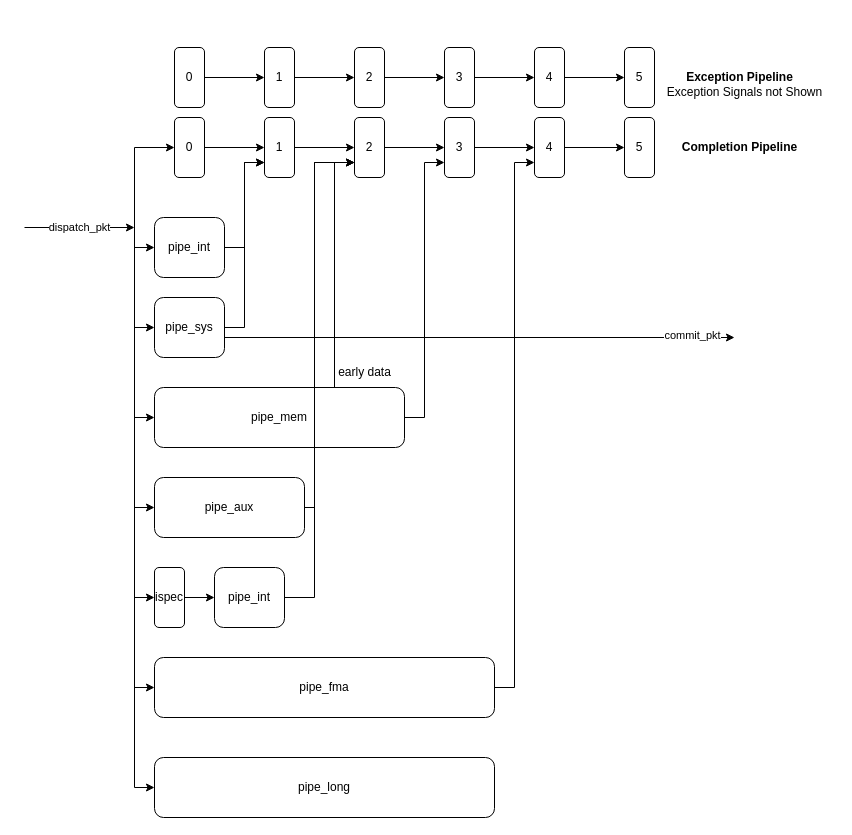
JefferyLim/ec513_final_project keeps this draw.io diagram as page "Back End - Calculator" (4 of 6) of diagrams/black_parrot.drawio. Above is the earlier version. Source tidied: cells renumbered, new cells numbered last; positions are measured from the earlier drawing's top-left corner, leaving out a move shared by most shapes. Both pictures are drawn from the tidied source at 100%, with x=0, y=0 at pixel (24, 47).
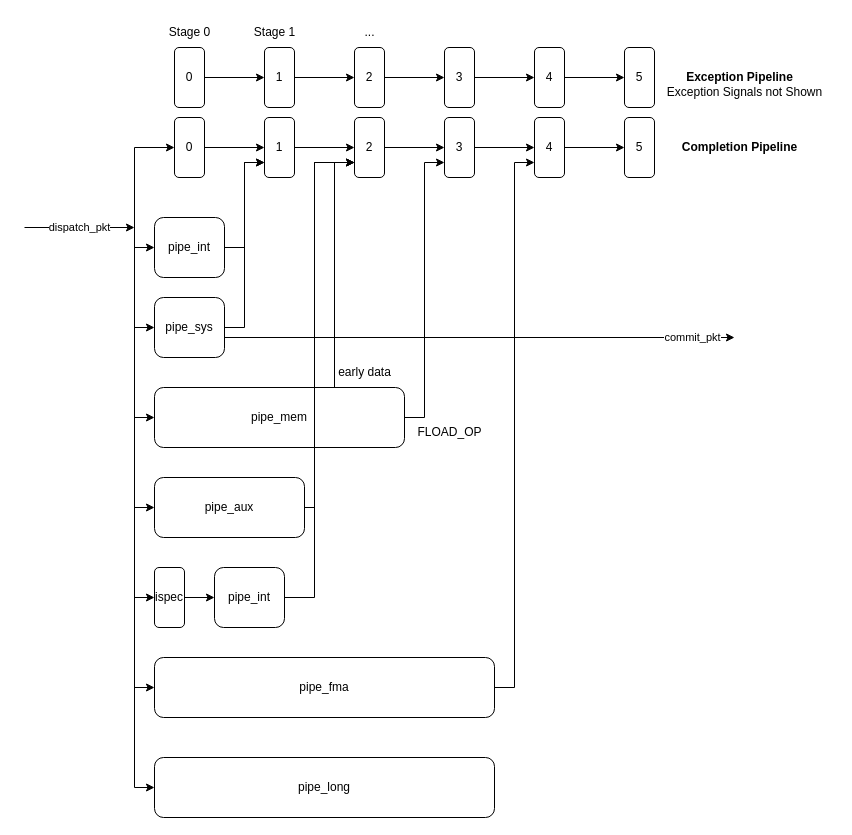
Above is the later version.

The change refers to these unchanged cells:
```xml
<mxCell id="53" style="endArrow=classic;html=1;rounded=0;" parent="1" edge="1">
  <mxGeometry relative="1" as="geometry">
    <mxPoint x="200" y="290" as="sourcePoint" />
    <mxPoint x="710" y="290" as="targetPoint" />
  </mxGeometry>
</mxCell>
```

Diff of the diagram source:
```diff
@@
     <mxCell id="54" value="commit_pkt" style="edgeLabel;html=1;align=center;verticalAlign=middle;" parent="53" vertex="1">
-      <mxGeometry x="0.83" y="3" relative="1" as="geometry" />
+      <mxGeometry x="0.83" y="3" relative="1" as="geometry">
+        <mxPoint y="2" as="offset" />
+      </mxGeometry>
     </mxCell>
+    <mxCell id="55" value="Stage 0" style="text;html=1;align=center;verticalAlign=middle;strokeColor=none;fillColor=none;" parent="1" vertex="1">
+      <mxGeometry x="135" y="-30" width="60" height="30" as="geometry" />
+    </mxCell>
+    <mxCell id="56" value="Stage 1" style="text;html=1;align=center;verticalAlign=middle;strokeColor=none;fillColor=none;" parent="1" vertex="1">
+      <mxGeometry x="220" y="-30" width="60" height="30" as="geometry" />
+    </mxCell>
+    <mxCell id="57" value="..." style="text;html=1;align=center;verticalAlign=middle;strokeColor=none;fillColor=none;" parent="1" vertex="1">
+      <mxGeometry x="330" y="-30" width="30" height="30" as="geometry" />
+    </mxCell>
+    <mxCell id="58" value="FLOAD_OP" style="text;html=1;align=center;verticalAlign=middle;strokeColor=none;fillColor=none;" parent="1" vertex="1">
+      <mxGeometry x="380" y="370" width="90" height="30" as="geometry" />
+    </mxCell>
```
